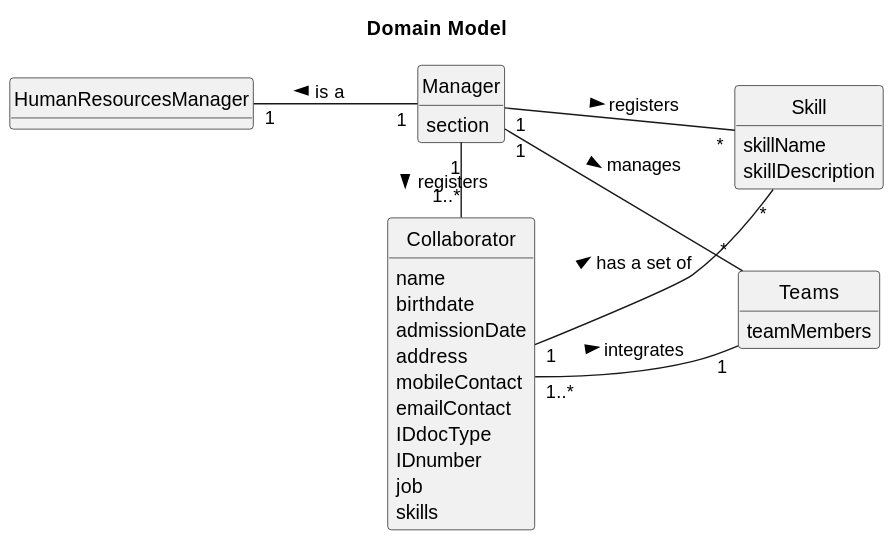
Paulo-Pereira-at-ISEP/lei-24-s2-1nanb-g321 keeps this PlantUML diagram as docs/sprintB/us05/02.analysis/svg/us05-domain-model.svg. Above is the earlier version.
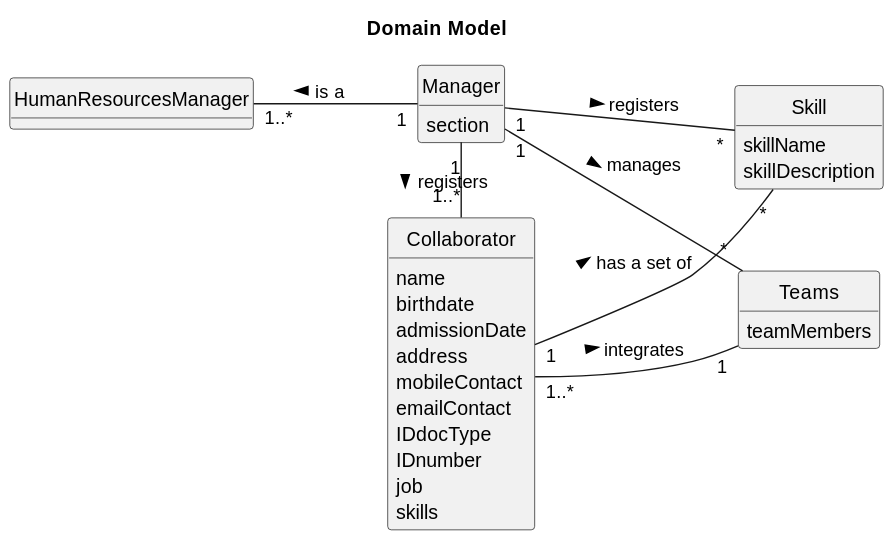
Later version of the same file.

Commit message:
LGGPM-37 - US05 Domain model correction after evaluation inputs (.puml & .svg)

What changed in the source:
```diff
@@ -42,7 +42,7 @@
     teamMembers
 }
 
-Manager "1" --up "1" HumanResourcesManager: is a >
+Manager "1" --up "1..*" HumanResourcesManager: is a >
 Manager "1" --right "*" Skill: registers >
 Manager "1" --right "1..*" Collaborator: registers >
 Manager "1" -- "*" Teams: manages >
```
